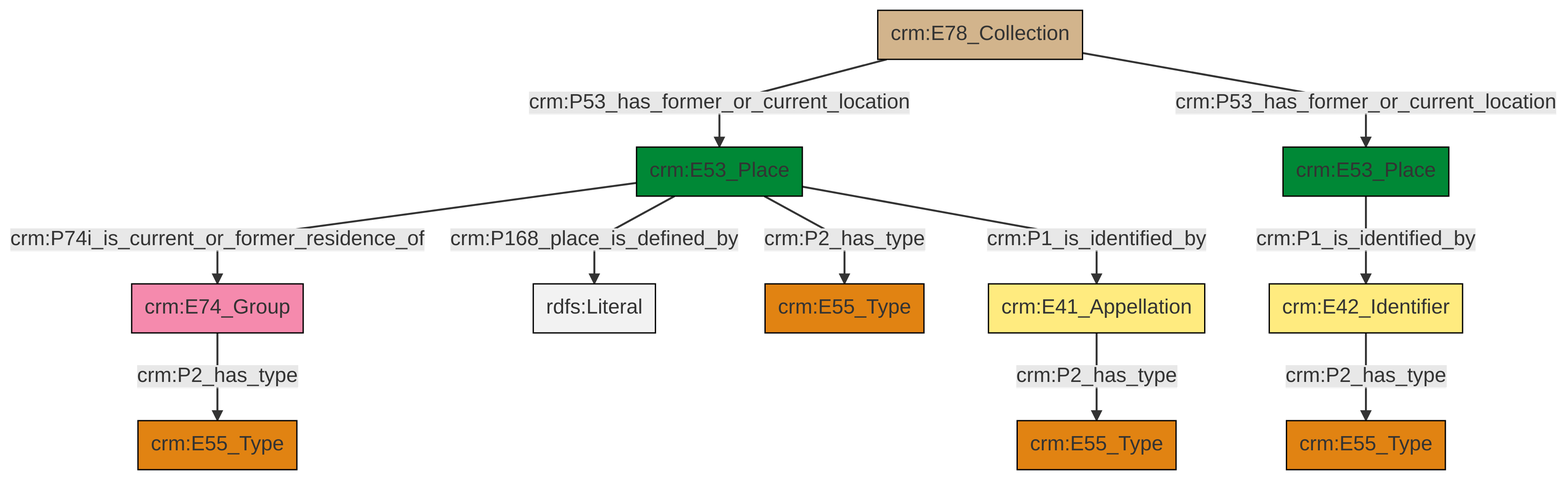
Above: et/archivalCSV/ttl/mmd/png/archival_location.png in swiss-art-research-net/docs.swissartresearch (Mermaid), before the change. Its source is kept beside it as et/archivalCSV/ttl/mmd/archival_location.ttl.mmd.
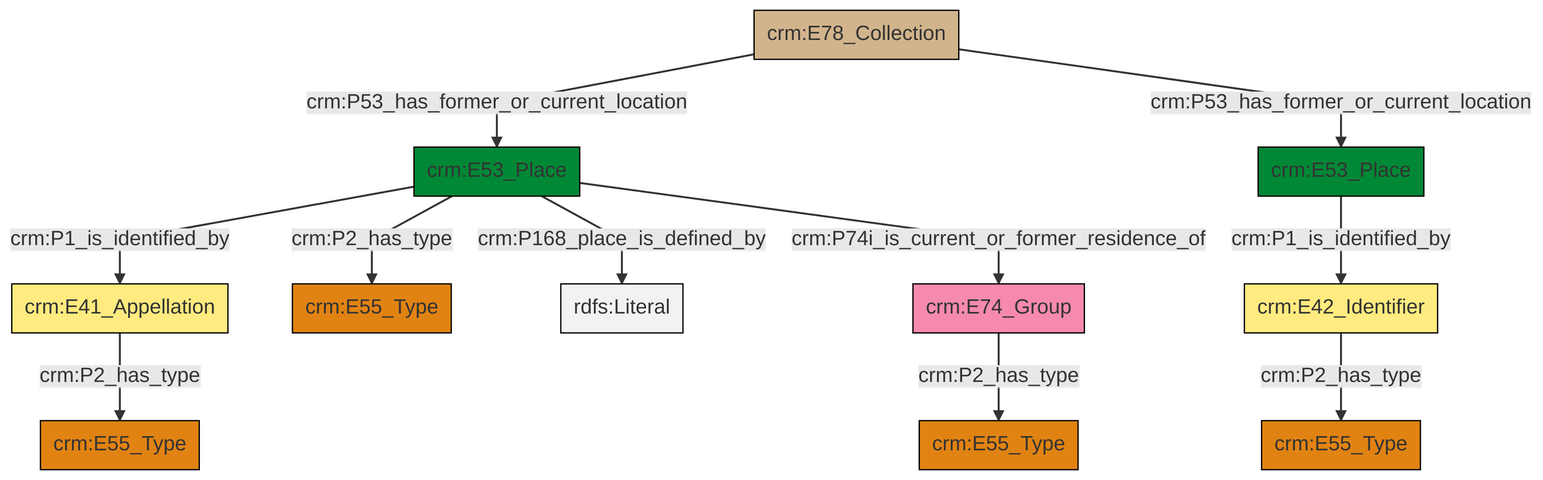
After the change.

Diff of the diagram source:
```diff
@@ -13,13 +13,13 @@
 classDef PC_Classes fill:#4ce600, stroke:#000000;
 classDef Multi fill:#cccccc,stroke:#000000;
 
-0["crm:E53_Place"]:::Place -->|crm:P74i_is_current_or_former_residence_of| 1["crm:E74_Group"]:::Actor
-6["crm:E42_Identifier"]:::Appellation -->|crm:P2_has_type| 7["crm:E55_Type"]:::Type
-4["crm:E53_Place"]:::Place -->|crm:P1_is_identified_by| 6["crm:E42_Identifier"]:::Appellation
-12["crm:E41_Appellation"]:::Appellation -->|crm:P2_has_type| 9["crm:E55_Type"]:::Type
-1["crm:E74_Group"]:::Actor -->|crm:P2_has_type| 13["crm:E55_Type"]:::Type
-20["crm:E78_Collection"]:::Physical_Thing -->|crm:P53_has_former_or_current_location| 0["crm:E53_Place"]:::Place
-0["crm:E53_Place"]:::Place -->|crm:P168_place_is_defined_by| 21[rdfs:Literal]:::Literal
-0["crm:E53_Place"]:::Place -->|crm:P2_has_type| 2["crm:E55_Type"]:::Type
-0["crm:E53_Place"]:::Place -->|crm:P1_is_identified_by| 12["crm:E41_Appellation"]:::Appellation
-20["crm:E78_Collection"]:::Physical_Thing -->|crm:P53_has_former_or_current_location| 4["crm:E53_Place"]:::Place
+2["crm:E78_Collection"]:::Physical_Thing -->|crm:P53_has_former_or_current_location| 3["crm:E53_Place"]:::Place
+3["crm:E53_Place"]:::Place -->|crm:P1_is_identified_by| 7["crm:E41_Appellation"]:::Appellation
+10["crm:E53_Place"]:::Place -->|crm:P1_is_identified_by| 11["crm:E42_Identifier"]:::Appellation
+3["crm:E53_Place"]:::Place -->|crm:P2_has_type| 8["crm:E55_Type"]:::Type
+2["crm:E78_Collection"]:::Physical_Thing -->|crm:P53_has_former_or_current_location| 10["crm:E53_Place"]:::Place
+3["crm:E53_Place"]:::Place -->|crm:P168_place_is_defined_by| 17[rdfs:Literal]:::Literal
+3["crm:E53_Place"]:::Place -->|crm:P74i_is_current_or_former_residence_of| 0["crm:E74_Group"]:::Actor
+11["crm:E42_Identifier"]:::Appellation -->|crm:P2_has_type| 18["crm:E55_Type"]:::Type
+0["crm:E74_Group"]:::Actor -->|crm:P2_has_type| 14["crm:E55_Type"]:::Type
+7["crm:E41_Appellation"]:::Appellation -->|crm:P2_has_type| 4["crm:E55_Type"]:::Type
```
